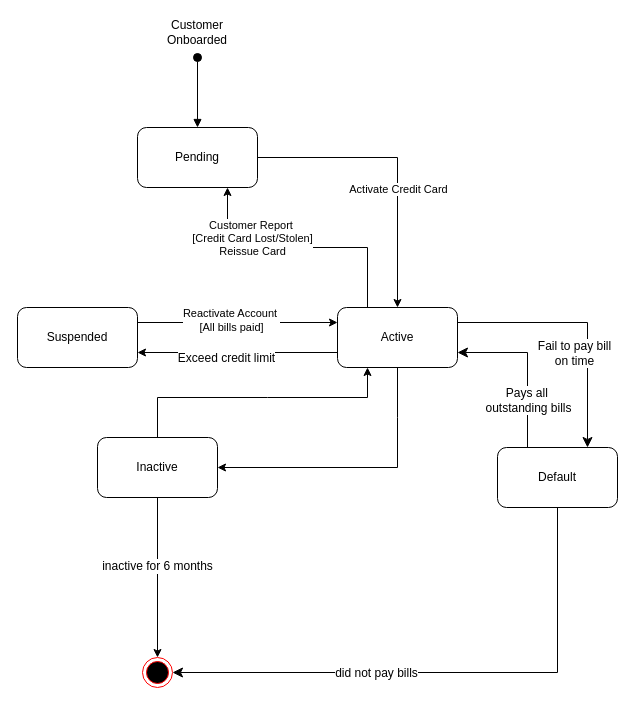
antonykimuom/SWEN30006-2025-SM1-workshop1-tuew05-14-00-team-12 keeps this draw.io diagram as workshop6_week7.drawio. Above is the earlier version. Source tidied: cells renumbered, new cells numbered last; positions are measured from the earlier drawing's top-left corner, leaving out a move shared by most shapes. Both pictures are drawn from the tidied source at 100%, with x=0, y=0 at pixel (17, 17).
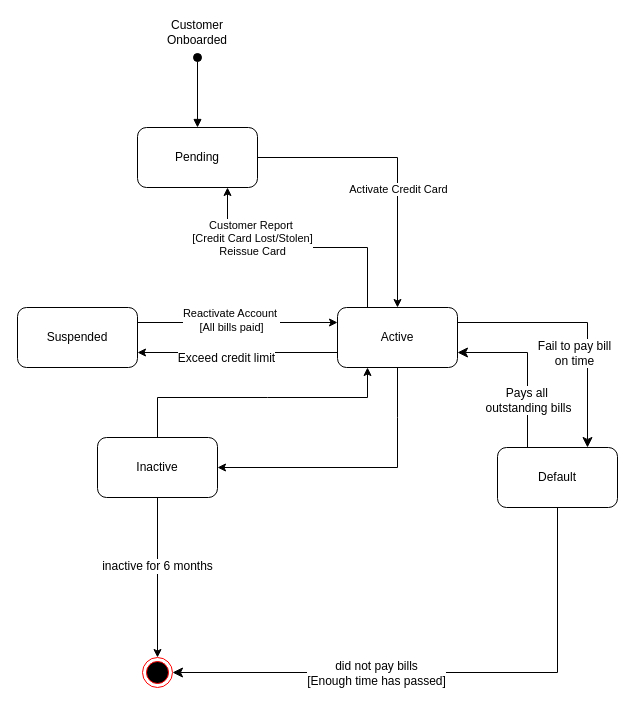
After the change.

Commit message:
added guard for default to close account

The change refers to these unchanged cells:
```xml
<mxCell id="18" style="edgeStyle=orthogonalEdgeStyle;rounded=0;jettySize=auto;html=1;fontSize=12;startSize=8;endSize=8;entryX=1;entryY=0.5;entryDx=0;entryDy=0;" parent="1" edge="1" source="20" target="25">
  <mxGeometry relative="1" as="geometry">
    <Array as="points">
      <mxPoint x="540" y="655" />
    </Array>
  </mxGeometry>
</mxCell>
```

Diff of the diagram source:
```diff
@@
-    <mxCell id="19" value="did not pay bills" style="edgeLabel;html=1;align=center;verticalAlign=middle;fontSize=12;" parent="18" vertex="1">
+    <mxCell id="19" value="did not pay bills&lt;div&gt;[Enough time has passed]&lt;/div&gt;" style="edgeLabel;html=1;align=center;verticalAlign=middle;fontSize=12;" parent="18" vertex="1">
       <mxGeometry x="0.26" relative="1" as="geometry" />
     </mxCell>
```
